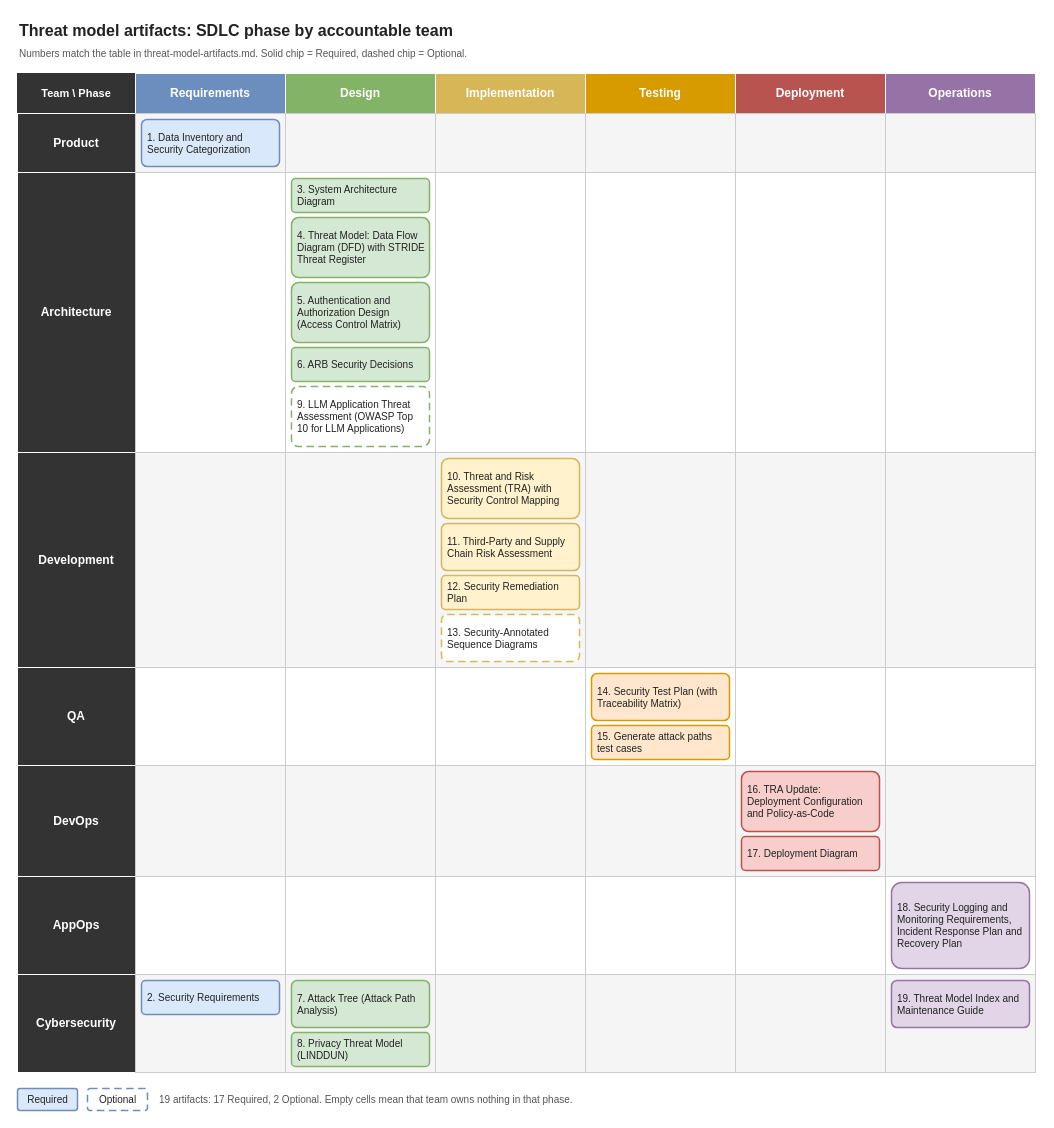
antongeorgescu/poc-plus-hexagonal-architecture keeps this draw.io diagram as threat_model/artifact-matrix.drawio. Above is the earlier version. Source tidied: cells renumbered, new cells numbered last; positions are measured from the earlier drawing's top-left corner, leaving out a move shared by most shapes. Both pictures are drawn from the tidied source at 100%, with x=0, y=0 at pixel (17, 17).
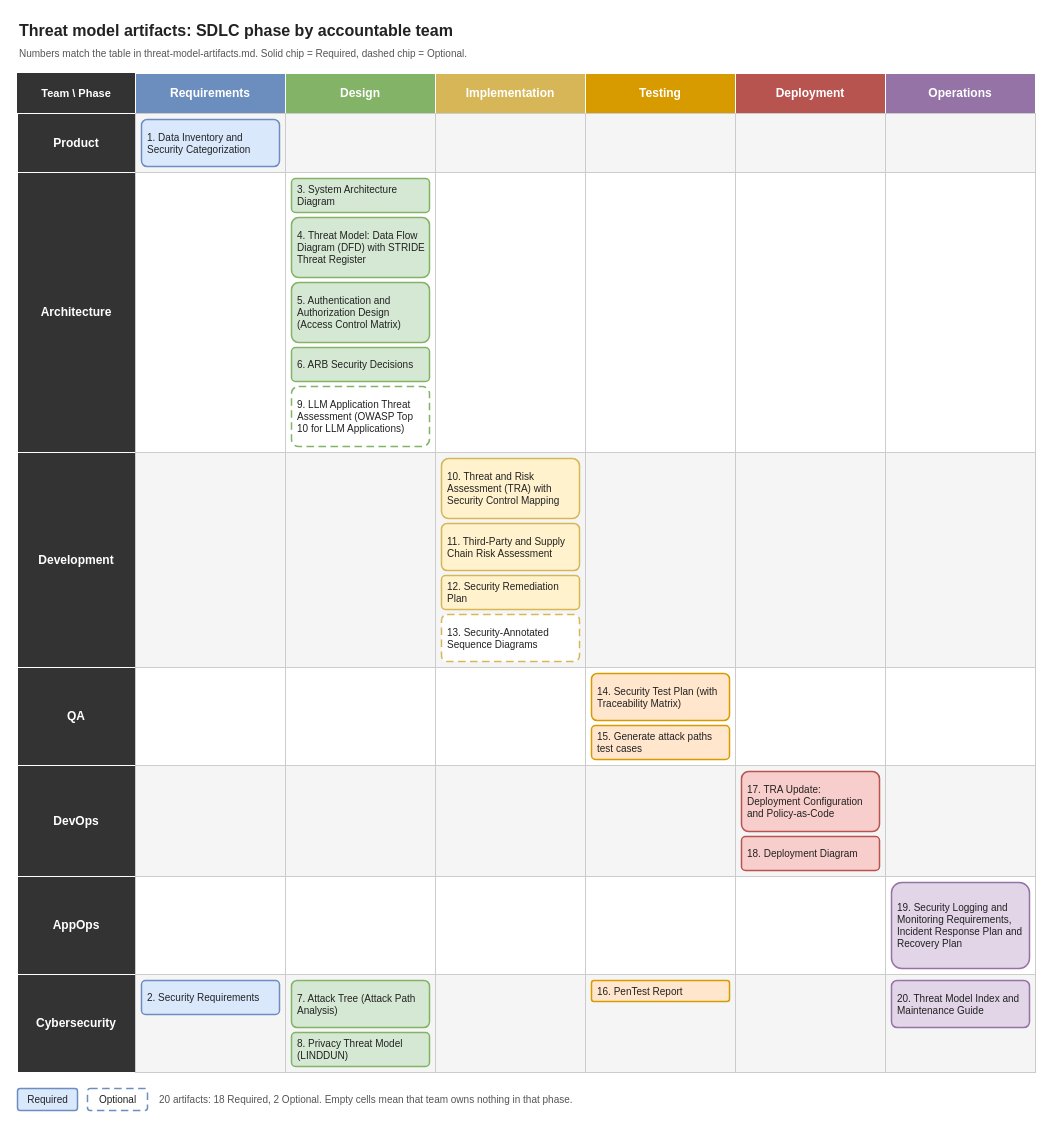
After the change.

The edit, as a diff of the source:
```diff
@@
-    <mxCell id="57" value="16. TRA Update: Deployment Configuration and Policy-as-Code" style="rounded=1;arcSize=12;whiteSpace=wrap;html=1;fontSize=10;align=left;spacingLeft=4;spacingRight=3;fontColor=#222222;fillColor=#f8cecc;strokeColor=#b85450;strokeWidth=1.5;" parent="1" vertex="1">
+    <mxCell id="57" value="17. TRA Update: Deployment Configuration and Policy-as-Code" style="rounded=1;arcSize=12;whiteSpace=wrap;html=1;fontSize=10;align=left;spacingLeft=4;spacingRight=3;fontColor=#222222;fillColor=#f8cecc;strokeColor=#b85450;strokeWidth=1.5;" parent="1" vertex="1">
       <mxGeometry x="724" y="754" width="138" height="60" as="geometry" />
     </mxCell>
-    <mxCell id="58" value="17. Deployment Diagram" style="rounded=1;arcSize=12;whiteSpace=wrap;html=1;fontSize=10;align=left;spacingLeft=4;spacingRight=3;fontColor=#222222;fillColor=#f8cecc;strokeColor=#b85450;strokeWidth=1.5;" parent="1" vertex="1">
+    <mxCell id="58" value="18. Deployment Diagram" style="rounded=1;arcSize=12;whiteSpace=wrap;html=1;fontSize=10;align=left;spacingLeft=4;spacingRight=3;fontColor=#222222;fillColor=#f8cecc;strokeColor=#b85450;strokeWidth=1.5;" parent="1" vertex="1">
       <mxGeometry x="724" y="819" width="138" height="34" as="geometry" />
     </mxCell>
@@
-    <mxCell id="67" value="18. Security Logging and Monitoring Requirements, Incident Response Plan and Recovery Plan" style="rounded=1;arcSize=12;whiteSpace=wrap;html=1;fontSize=10;align=left;spacingLeft=4;spacingRight=3;fontColor=#222222;fillColor=#e1d5e7;strokeColor=#9673a6;strokeWidth=1.5;" parent="1" vertex="1">
+    <mxCell id="67" value="19. Security Logging and Monitoring Requirements, Incident Response Plan and Recovery Plan" style="rounded=1;arcSize=12;whiteSpace=wrap;html=1;fontSize=10;align=left;spacingLeft=4;spacingRight=3;fontColor=#222222;fillColor=#e1d5e7;strokeColor=#9673a6;strokeWidth=1.5;" parent="1" vertex="1">
       <mxGeometry x="874" y="865" width="138" height="86" as="geometry" />
     </mxCell>
@@
-    <mxCell id="76" style="rounded=0;whiteSpace=wrap;html=1;fillColor=#f5f5f5;strokeColor=#cccccc;" parent="1" vertex="1">
-      <mxGeometry x="718" y="957" width="150" height="98" as="geometry" />
+    <mxCell id="76" value="16. PenTest Report" style="rounded=1;arcSize=12;whiteSpace=wrap;html=1;fontSize=10;align=left;spacingLeft=4;spacingRight=3;fontColor=#222222;fillColor=#ffe6cc;strokeColor=#d79b00;strokeWidth=1.5;" parent="1" vertex="1">
+      <mxGeometry x="574" y="963" width="138" height="21" as="geometry" />
     </mxCell>
     <mxCell id="77" style="rounded=0;whiteSpace=wrap;html=1;fillColor=#f5f5f5;strokeColor=#cccccc;" parent="1" vertex="1">
-      <mxGeometry x="868" y="957" width="150" height="98" as="geometry" />
+      <mxGeometry x="718" y="957" width="150" height="98" as="geometry" />
     </mxCell>
-    <mxCell id="78" value="19. Threat Model Index and Maintenance Guide" style="rounded=1;arcSize=12;whiteSpace=wrap;html=1;fontSize=10;align=left;spacingLeft=4;spacingRight=3;fontColor=#222222;fillColor=#e1d5e7;strokeColor=#9673a6;strokeWidth=1.5;" parent="1" vertex="1">
-      <mxGeometry x="874" y="963" width="138" height="47" as="geometry" />
+    <mxCell id="78" style="rounded=0;whiteSpace=wrap;html=1;fillColor=#f5f5f5;strokeColor=#cccccc;" parent="1" vertex="1">
+      <mxGeometry x="868" y="957" width="150" height="98" as="geometry" />
     </mxCell>
-    <mxCell id="79" value="Required" style="rounded=1;arcSize=12;html=1;fontSize=10;fillColor=#dae8fc;strokeColor=#6c8ebf;strokeWidth=1.5;fontColor=#222222;" parent="1" vertex="1">
-      <mxGeometry y="1071" width="60" height="22" as="geometry" />
+    <mxCell id="79" value="20. Threat Model Index and Maintenance Guide" style="rounded=1;arcSize=12;whiteSpace=wrap;html=1;fontSize=10;align=left;spacingLeft=4;spacingRight=3;fontColor=#222222;fillColor=#e1d5e7;strokeColor=#9673a6;strokeWidth=1.5;" parent="1" vertex="1">
+      <mxGeometry x="874" y="963" width="138" height="47" as="geometry" />
     </mxCell>
-    <mxCell id="80" value="Optional" style="rounded=1;arcSize=12;html=1;fontSize=10;fillColor=#ffffff;strokeColor=#6c8ebf;strokeWidth=1.5;dashed=1;dashPattern=5 3;fontColor=#222222;" parent="1" vertex="1">
-      <mxGeometry x="70" y="1071" width="60" height="22" as="geometry" />
+    <mxCell id="80" value="Required" style="rounded=1;arcSize=12;html=1;fontSize=10;fillColor=#dae8fc;strokeColor=#6c8ebf;strokeWidth=1.5;fontColor=#222222;" parent="1" vertex="1">
+      <mxGeometry y="1071" width="60" height="22" as="geometry" />
     </mxCell>
-    <mxCell id="81" value="19 artifacts: 17 Required, 2 Optional. Empty cells mean that team owns nothing in that phase." style="text;html=1;align=left;verticalAlign=middle;fontSize=10;fontColor=#555555;" parent="1" vertex="1">
-      <mxGeometry x="140" y="1071" width="878" height="22" as="geometry" />
+    <mxCell id="81" value="Optional" style="rounded=1;arcSize=12;html=1;fontSize=10;fillColor=#ffffff;strokeColor=#6c8ebf;strokeWidth=1.5;dashed=1;dashPattern=5 3;fontColor=#222222;" parent="1" vertex="1">
+      <mxGeometry x="70" y="1071" width="60" height="22" as="geometry" />
     </mxCell>
+    <mxCell id="82" value="20 artifacts: 18 Required, 2 Optional. Empty cells mean that team owns nothing in that phase." style="text;html=1;align=left;verticalAlign=middle;fontSize=10;fontColor=#555555;" parent="1" vertex="1">
+      <mxGeometry x="140" y="1071" width="878" height="22" as="geometry" />
+    </mxCell>
```
